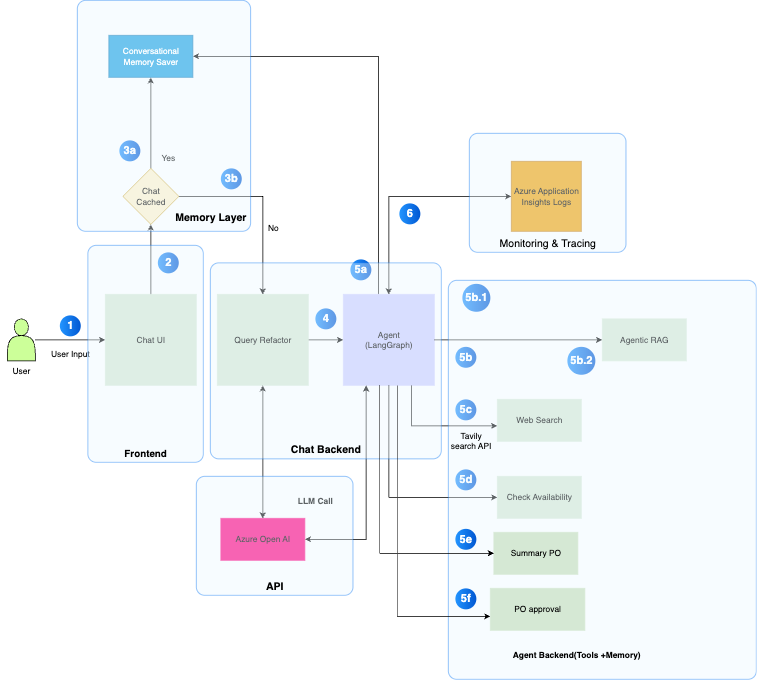
The draw.io diagram assets/img/Langgraphagent.Architecture.png in RamGitRepo/portfolio, before a commit. Source tidied: cells renumbered, new cells last; positions are measured from the earlier drawing's top-left corner, leaving out a move shared by most shapes.
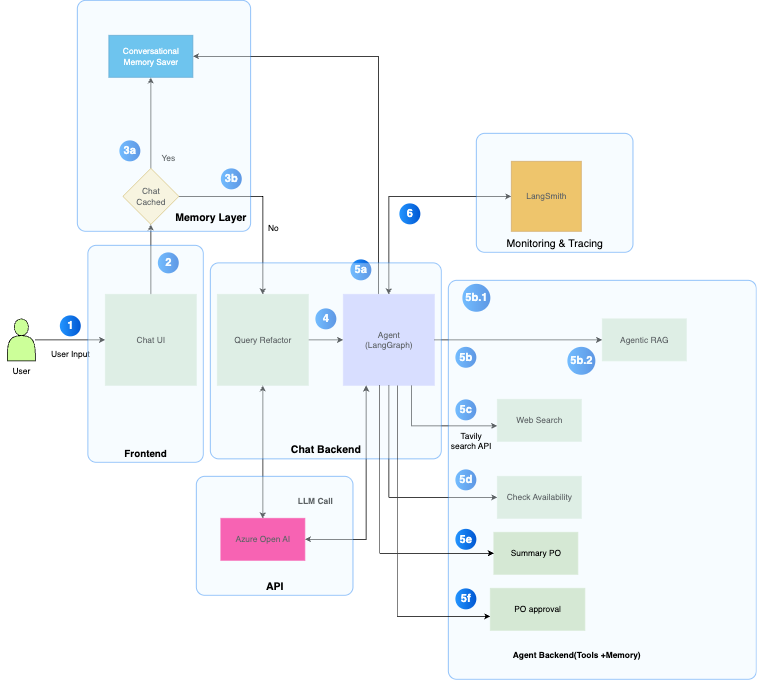
The same diagram one commit later.

Commit message:
langsmith logging

The edit, as a diff of the source:
```diff
@@ -60,7 +60,7 @@
     <mxCell id="19" value="User" style="text;html=1;align=center;verticalAlign=middle;whiteSpace=wrap;rounded=0;" parent="1" vertex="1">
       <mxGeometry y="515" width="60" height="30" as="geometry" />
     </mxCell>
-    <mxCell id="20" value="Azure Application Insights Logs" style="whiteSpace=wrap;html=1;fillColor=#f0a30a;fontColor=#000000;strokeColor=#BD7000;" parent="1" vertex="1">
+    <mxCell id="20" value="LangSmith" style="whiteSpace=wrap;html=1;fillColor=#f0a30a;fontColor=#000000;strokeColor=#BD7000;" parent="1" vertex="1">
       <mxGeometry x="730" y="230" width="100" height="100" as="geometry" />
     </mxCell>
     <mxCell id="21" value="&lt;b&gt;LLM Call&lt;/b&gt;" style="text;html=1;align=center;verticalAlign=middle;whiteSpace=wrap;rounded=0;" parent="1" vertex="1">
@@ -140,7 +140,7 @@
       <mxGeometry x="110" width="247.5" height="330" as="geometry" />
     </mxCell>
     <mxCell id="45" value="&lt;div&gt;&lt;br&gt;&lt;/div&gt;&lt;div&gt;&lt;br&gt;&lt;/div&gt;&lt;div&gt;&lt;br&gt;&lt;/div&gt;&lt;div&gt;&lt;br&gt;&lt;/div&gt;&lt;div&gt;&lt;br&gt;&lt;/div&gt;&lt;div&gt;&lt;br&gt;&lt;/div&gt;&lt;div&gt;&lt;br&gt;&lt;/div&gt;&lt;div&gt;&lt;br&gt;&lt;/div&gt;&lt;div&gt;&lt;br&gt;&lt;/div&gt;&lt;div&gt;&lt;br&gt;&lt;/div&gt;&lt;div&gt;&lt;font style=&quot;font-size: 15px; color: light-dark(rgb(0, 0, 0), rgb(0, 255, 255));&quot;&gt;Monitoring &amp;amp; Tracing&lt;/font&gt;&lt;/div&gt;" style="rounded=1;whiteSpace=wrap;html=1;strokeColor=#0070F2;fillColor=#EBF8FF;arcSize=24;absoluteArcSize=1;imageWidth=64;imageHeight=64;strokeWidth=1.5;opacity=40;" parent="1" vertex="1">
-      <mxGeometry x="670" y="190" width="223.8" height="170" as="geometry" />
+      <mxGeometry x="680" y="190" width="223.8" height="170" as="geometry" />
     </mxCell>
     <mxCell id="46" value="&lt;div&gt;&lt;br&gt;&lt;/div&gt;&lt;div&gt;&lt;br&gt;&lt;/div&gt;&lt;div&gt;&lt;br&gt;&lt;/div&gt;&lt;div&gt;&lt;br&gt;&lt;/div&gt;&lt;div&gt;&lt;br&gt;&lt;/div&gt;&lt;div&gt;&lt;br&gt;&lt;/div&gt;&lt;div&gt;&lt;br&gt;&lt;/div&gt;&lt;div&gt;&lt;br&gt;&lt;/div&gt;&lt;div&gt;&lt;br&gt;&lt;/div&gt;&lt;div&gt;&lt;br&gt;&lt;/div&gt;&lt;div&gt;&lt;font style=&quot;font-size: 15px; color: light-dark(rgb(0, 0, 0), rgb(255, 255, 51));&quot;&gt;&lt;b&gt;API&lt;/b&gt;&lt;/font&gt;&lt;/div&gt;" style="rounded=1;whiteSpace=wrap;html=1;strokeColor=#0070F2;fillColor=#EBF8FF;arcSize=24;absoluteArcSize=1;imageWidth=64;imageHeight=64;strokeWidth=1.5;opacity=40;" parent="1" vertex="1">
       <mxGeometry x="280" y="680" width="223.8" height="170" as="geometry" />
```
